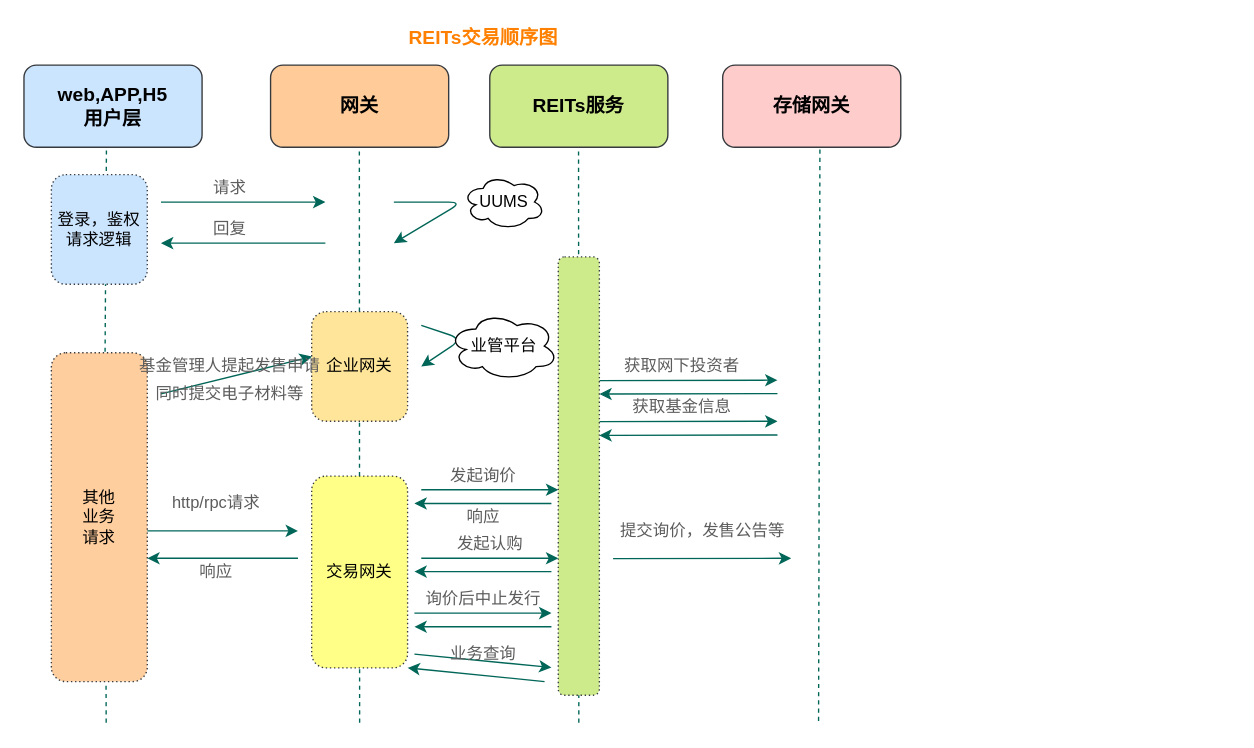
lppgo/001UML keeps this draw.io diagram as page "交易时序图" (5 of 5) of REITs_UML.drawio. Above is the earlier version. Source tidied: cells renumbered, new cells numbered last; positions are measured from the earlier drawing's top-left corner, leaving out a move shared by most shapes. Both pictures are drawn from the tidied source at 137%, with x=0, y=0 at pixel (23, 23).
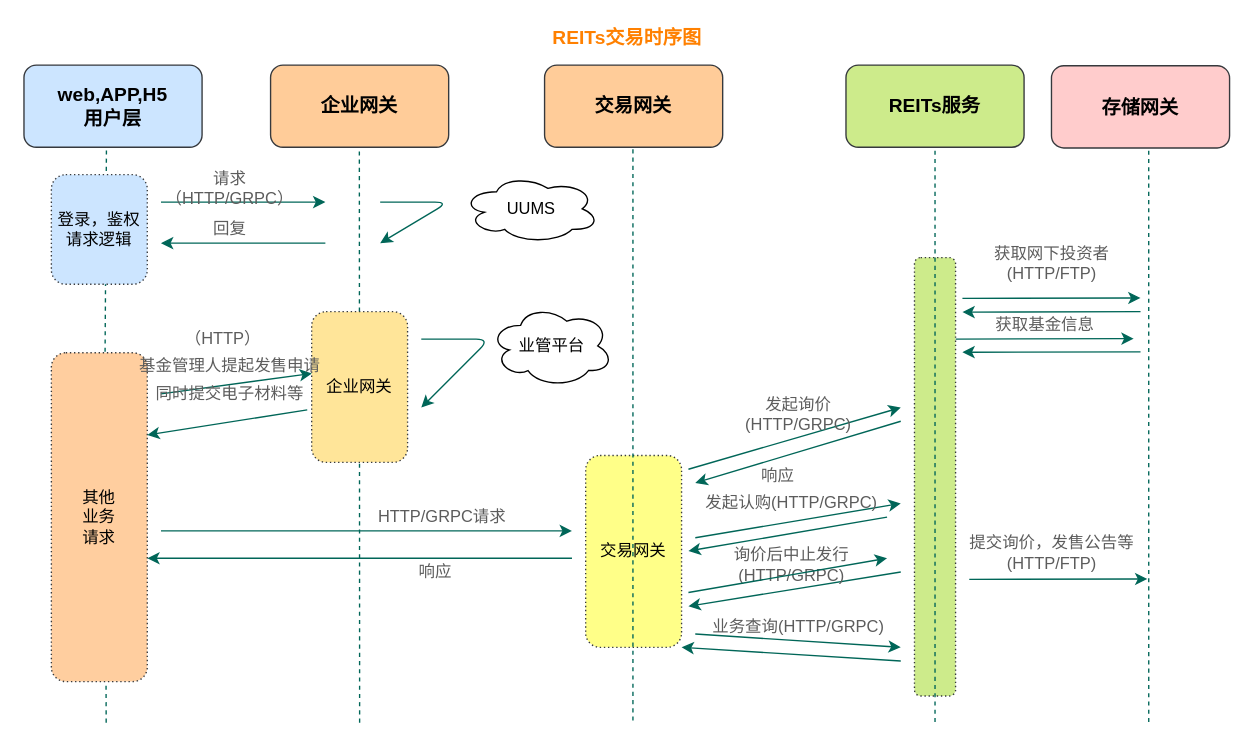
Above is the later version.

The change refers to these unchanged cells:
```xml
<mxCell id="23" value="同时提交电子材料等" style="text;html=1;align=center;verticalAlign=middle;points=[];fillColor=none;strokeColor=none;rounded=0;dashed=1;dashPattern=1 2;sketch=0;fontColor=#5C5C5C;" parent="1" vertex="1">
  <mxGeometry x="90" y="260" width="120" height="20" as="geometry" />
</mxCell>
```

What changed in the source:
```diff
@@
-    <mxCell id="4" value="&lt;font style=&quot;font-size: 14px&quot; color=&quot;#ff8000&quot;&gt;&lt;b&gt;REITs交易顺序图&lt;/b&gt;&lt;/font&gt;" style="text;html=1;align=center;verticalAlign=middle;fillColor=none;strokeColor=none;rounded=0;dashed=1;dashPattern=1 2;sketch=0;fontColor=#5C5C5C;" parent="1" vertex="1">
-      <mxGeometry x="275" width="120" height="20" as="geometry" />
+    <mxCell id="4" value="&lt;font style=&quot;font-size: 14px&quot; color=&quot;#ff8000&quot;&gt;&lt;b&gt;REITs交易时序图&lt;/b&gt;&lt;/font&gt;" style="text;html=1;align=center;verticalAlign=middle;fillColor=none;strokeColor=none;rounded=0;dashed=1;dashPattern=1 2;sketch=0;fontColor=#5C5C5C;" parent="1" vertex="1">
+      <mxGeometry x="380" width="120" height="20" as="geometry" />
     </mxCell>
-    <mxCell id="5" value="&lt;span style=&quot;font-size: 14px&quot;&gt;&lt;b&gt;网关&lt;/b&gt;&lt;/span&gt;" style="rounded=1;whiteSpace=wrap;html=1;fillColor=#ffcc99;strokeColor=#36393d;" parent="1" vertex="1">
+    <mxCell id="5" value="&lt;span style=&quot;font-size: 14px&quot;&gt;&lt;b&gt;企业网关&lt;/b&gt;&lt;/span&gt;" style="rounded=1;whiteSpace=wrap;html=1;fillColor=#ffcc99;strokeColor=#36393d;" parent="1" vertex="1">
       <mxGeometry x="180" y="30" width="130" height="60" as="geometry" />
     </mxCell>
     <mxCell id="6" value="&lt;span style=&quot;font-size: 14px&quot;&gt;&lt;b&gt;REITs服务&lt;/b&gt;&lt;/span&gt;" style="rounded=1;whiteSpace=wrap;html=1;fillColor=#cdeb8b;strokeColor=#36393d;" parent="1" vertex="1">
-      <mxGeometry x="340" y="30" width="130" height="60" as="geometry" />
+      <mxGeometry x="600" y="30" width="130" height="60" as="geometry" />
     </mxCell>
     <mxCell id="7" value="&lt;span style=&quot;font-size: 14px&quot;&gt;&lt;b&gt;存储网关&lt;/b&gt;&lt;/span&gt;" style="rounded=1;whiteSpace=wrap;html=1;fillColor=#ffcccc;strokeColor=#36393d;" parent="1" vertex="1">
-      <mxGeometry x="510" y="30" width="130" height="60" as="geometry" />
+      <mxGeometry x="750" y="30.5" width="130" height="60" as="geometry" />
     </mxCell>
@@
-    <mxCell id="9" style="endArrow=none;dashed=1;html=1;strokeColor=#006658;fillColor=#21C0A5;fontColor=#5C5C5C;entryX=0.463;entryY=1.021;entryDx=0;entryDy=0;entryPerimeter=0;fontStyle=1;" parent="1" edge="1">
-      <mxGeometry relative="1" as="geometry">
-        <mxPoint x="405" y="510" as="sourcePoint" />
-        <mxPoint x="404.8" y="90" as="targetPoint" />
-      </mxGeometry>
-    </mxCell>
     <mxCell id="10" style="endArrow=none;dashed=1;html=1;strokeColor=#006658;fillColor=#21C0A5;fontColor=#5C5C5C;entryX=0.546;entryY=1.008;entryDx=0;entryDy=0;fontStyle=1;entryPerimeter=0;" parent="1" edge="1" target="7">
       <mxGeometry relative="1" as="geometry">
-        <mxPoint x="580" y="508.7" as="sourcePoint" />
+        <mxPoint x="821" y="509.5" as="sourcePoint" />
       </mxGeometry>
     </mxCell>
@@
     <mxCell id="12" style="endArrow=classic;html=1;strokeColor=#006658;fillColor=#21C0A5;fontColor=#5C5C5C;" parent="1" edge="1">
       <mxGeometry relative="1" as="geometry">
-        <mxPoint x="270" y="130" as="sourcePoint" />
-        <mxPoint x="270" y="160" as="targetPoint" />
+        <mxPoint x="260" y="130" as="sourcePoint" />
+        <mxPoint x="260" y="160" as="targetPoint" />
         <Array as="points">
-          <mxPoint x="320" y="130" />
+          <mxPoint x="310" y="130" />
         </Array>
       </mxGeometry>
     </mxCell>
     <mxCell id="13" value="UUMS" style="shape=cloud;html=1;" parent="12" vertex="1">
-      <mxGeometry width="60" height="40" relative="1" as="geometry">
-        <mxPoint x="3.6" y="-22.1" as="offset" />
+      <mxGeometry width="100" height="50" relative="1" as="geometry">
+        <mxPoint x="13.4" y="-22.1" as="offset" />
       </mxGeometry>
     </mxCell>
@@
-    <mxCell id="15" value="请求" style="text;html=1;align=center;verticalAlign=middle;fillColor=none;strokeColor=none;rounded=0;dashed=1;dashPattern=1 2;sketch=0;fontColor=#5C5C5C;" parent="1" vertex="1">
-      <mxGeometry x="130" y="110" width="40" height="20" as="geometry" />
+    <mxCell id="15" value="请求&lt;br&gt;（HTTP/GRPC）" style="text;html=1;align=center;verticalAlign=middle;fillColor=none;strokeColor=none;rounded=0;dashed=1;dashPattern=1 2;sketch=0;fontColor=#5C5C5C;" parent="1" vertex="1">
+      <mxGeometry x="95" y="105" width="110" height="30" as="geometry" />
     </mxCell>
@@
     <mxCell id="21" value="企业网关" style="rounded=1;whiteSpace=wrap;html=1;dashed=1;dashPattern=1 2;sketch=0;strokeColor=#36393d;fillColor=#FFE599;" parent="1" vertex="1">
-      <mxGeometry x="210" y="210" width="70" height="80" as="geometry" />
+      <mxGeometry x="210" y="210" width="70" height="110" as="geometry" />
     </mxCell>
@@
     <mxCell id="24" style="endArrow=classic;html=1;strokeColor=#006658;fillColor=#21C0A5;fontColor=#5C5C5C;" parent="1" edge="1">
       <mxGeometry relative="1" as="geometry">
-        <mxPoint x="290" y="220" as="sourcePoint" />
-        <mxPoint x="290" y="250" as="targetPoint" />
+        <mxPoint x="290" y="230" as="sourcePoint" />
+        <mxPoint x="290" y="280" as="targetPoint" />
         <Array as="points">
-          <mxPoint x="320" y="230" />
+          <mxPoint x="340" y="230" />
         </Array>
       </mxGeometry>
     </mxCell>
     <mxCell id="25" value="业管平台" style="shape=cloud;html=1;" parent="24" vertex="1">
-      <mxGeometry width="80" height="50" relative="1" as="geometry">
-        <mxPoint x="-8.2" y="-21.2" as="offset" />
+      <mxGeometry width="90" height="60" relative="1" as="geometry">
+        <mxPoint x="7.1" y="-32.1" as="offset" />
       </mxGeometry>
     </mxCell>
     <mxCell id="26" value="交易网关" style="rounded=1;whiteSpace=wrap;html=1;dashed=1;dashPattern=1 2;sketch=0;strokeColor=#36393d;fillColor=#ffff88;" parent="1" vertex="1">
-      <mxGeometry x="210" y="330" width="70" height="140" as="geometry" />
+      <mxGeometry x="410" y="315" width="70" height="140" as="geometry" />
     </mxCell>
     <mxCell id="27" style="endArrow=classic;html=1;strokeColor=#006658;fillColor=#21C0A5;fontColor=#5C5C5C;" parent="1" edge="1">
       <mxGeometry relative="1" as="geometry">
-        <mxPoint x="90" y="370" as="sourcePoint" />
-        <mxPoint x="200" y="370" as="targetPoint" />
+        <mxPoint x="100" y="370" as="sourcePoint" />
+        <mxPoint x="400" y="370" as="targetPoint" />
       </mxGeometry>
     </mxCell>
-    <mxCell id="28" value="http/rpc请求" style="text;html=1;align=center;verticalAlign=middle;fillColor=none;strokeColor=none;rounded=0;dashed=1;dashPattern=1 2;sketch=0;fontColor=#5C5C5C;" parent="1" vertex="1">
-      <mxGeometry x="100" y="340" width="80" height="20" as="geometry" />
+    <mxCell id="28" value="HTTP/GRPC请求" style="text;html=1;align=center;verticalAlign=middle;fillColor=none;strokeColor=none;rounded=0;dashed=1;dashPattern=1 2;sketch=0;fontColor=#5C5C5C;" parent="1" vertex="1">
+      <mxGeometry x="250" y="350" width="110" height="20" as="geometry" />
     </mxCell>
     <mxCell id="29" style="endArrow=classic;html=1;strokeColor=#006658;fillColor=#21C0A5;fontColor=#5C5C5C;" parent="1" edge="1">
       <mxGeometry relative="1" as="geometry">
-        <mxPoint x="200" y="390" as="sourcePoint" />
+        <mxPoint x="400" y="390" as="sourcePoint" />
         <mxPoint x="90" y="390" as="targetPoint" />
       </mxGeometry>
     </mxCell>
     <mxCell id="30" style="endArrow=classic;html=1;strokeColor=#006658;fillColor=#21C0A5;fontColor=#5C5C5C;" parent="1" edge="1">
       <mxGeometry relative="1" as="geometry">
-        <mxPoint x="290" y="340" as="sourcePoint" />
-        <mxPoint x="390" y="340" as="targetPoint" />
+        <mxPoint x="485" y="325" as="sourcePoint" />
+        <mxPoint x="640" y="280" as="targetPoint" />
       </mxGeometry>
     </mxCell>
-    <mxCell id="31" value="发起询价" style="text;html=1;align=center;verticalAlign=middle;fillColor=none;strokeColor=none;rounded=0;dashed=1;dashPattern=1 2;sketch=0;fontColor=#5C5C5C;" parent="1" vertex="1">
-      <mxGeometry x="305" y="320" width="60" height="20" as="geometry" />
+    <mxCell id="31" value="发起询价&lt;br&gt;(HTTP/GRPC)" style="text;html=1;align=center;verticalAlign=middle;fillColor=none;strokeColor=none;rounded=0;dashed=1;dashPattern=1 2;sketch=0;fontColor=#5C5C5C;" parent="1" vertex="1">
+      <mxGeometry x="520" y="270" width="90" height="30" as="geometry" />
     </mxCell>
     <mxCell id="32" style="endArrow=classic;html=1;strokeColor=#006658;fillColor=#21C0A5;fontColor=#5C5C5C;" parent="1" edge="1">
       <mxGeometry relative="1" as="geometry">
-        <mxPoint x="420" y="260.3" as="sourcePoint" />
-        <mxPoint x="550" y="260" as="targetPoint" />
+        <mxPoint x="685" y="200.3" as="sourcePoint" />
+        <mxPoint x="815" y="200" as="targetPoint" />
       </mxGeometry>
     </mxCell>
-    <mxCell id="33" value="获取网下投资者" style="text;html=1;align=center;verticalAlign=middle;fillColor=none;strokeColor=none;rounded=0;dashed=1;dashPattern=1 2;sketch=0;fontColor=#5C5C5C;" parent="1" vertex="1">
-      <mxGeometry x="430" y="240" width="100" height="20" as="geometry" />
+    <mxCell id="33" value="获取网下投资者&lt;br&gt;(HTTP/FTP)" style="text;html=1;align=center;verticalAlign=middle;fillColor=none;strokeColor=none;rounded=0;dashed=1;dashPattern=1 2;sketch=0;fontColor=#5C5C5C;" parent="1" vertex="1">
+      <mxGeometry x="700" y="160" width="100" height="30" as="geometry" />
     </mxCell>
     <mxCell id="34" style="endArrow=classic;html=1;strokeColor=#006658;fillColor=#21C0A5;fontColor=#5C5C5C;" parent="1" edge="1">
       <mxGeometry relative="1" as="geometry">
-        <mxPoint x="550" y="269.8" as="sourcePoint" />
-        <mxPoint x="420" y="270.1" as="targetPoint" />
+        <mxPoint x="815" y="210" as="sourcePoint" />
+        <mxPoint x="685" y="210.3" as="targetPoint" />
       </mxGeometry>
     </mxCell>
     <mxCell id="35" value="获取基金信息" style="text;html=1;align=center;verticalAlign=middle;fillColor=none;strokeColor=none;rounded=0;dashed=1;dashPattern=1 2;sketch=0;fontColor=#5C5C5C;" parent="1" vertex="1">
-      <mxGeometry x="435" y="270" width="90" height="20" as="geometry" />
+      <mxGeometry x="700" y="210" width="90" height="20" as="geometry" />
     </mxCell>
     <mxCell id="36" style="endArrow=classic;html=1;strokeColor=#006658;fillColor=#21C0A5;fontColor=#5C5C5C;" parent="1" edge="1">
       <mxGeometry relative="1" as="geometry">
-        <mxPoint x="550" y="300" as="sourcePoint" />
-        <mxPoint x="420" y="300.3" as="targetPoint" />
+        <mxPoint x="815" y="239.3" as="sourcePoint" />
+        <mxPoint x="685" y="239.6" as="targetPoint" />
       </mxGeometry>
     </mxCell>
     <mxCell id="37" style="endArrow=classic;html=1;strokeColor=#006658;fillColor=#21C0A5;fontColor=#5C5C5C;" parent="1" edge="1">
       <mxGeometry relative="1" as="geometry">
-        <mxPoint x="420" y="290.3" as="sourcePoint" />
-        <mxPoint x="550" y="290" as="targetPoint" />
+        <mxPoint x="680" y="230" as="sourcePoint" />
+        <mxPoint x="810" y="229.7" as="targetPoint" />
       </mxGeometry>
     </mxCell>
-    <mxCell id="38" style="rounded=1;whiteSpace=wrap;html=1;dashed=1;dashPattern=1 2;sketch=0;strokeColor=#36393d;fillColor=#cdeb8b;" parent="1" vertex="1">
-      <mxGeometry x="390" y="170" width="30" height="320" as="geometry" />
-    </mxCell>
-    <mxCell id="39" style="endArrow=classic;html=1;strokeColor=#006658;fillColor=#21C0A5;fontColor=#5C5C5C;" parent="1" edge="1">
-      <mxGeometry relative="1" as="geometry">
-        <mxPoint x="385" y="350" as="sourcePoint" />
-        <mxPoint x="285" y="350" as="targetPoint" />
-        <Array as="points">
-          <mxPoint x="315" y="350" />
-        </Array>
-      </mxGeometry>
-    </mxCell>
     <mxCell id="40" value="响应" style="text;html=1;align=center;verticalAlign=middle;fillColor=none;strokeColor=none;rounded=0;dashed=1;dashPattern=1 2;sketch=0;fontColor=#5C5C5C;" parent="1" vertex="1">
-      <mxGeometry x="315" y="350" width="40" height="20" as="geometry" />
+      <mxGeometry x="530" y="320" width="40" height="20" as="geometry" />
     </mxCell>
     <mxCell id="41" value="响应" style="text;html=1;align=center;verticalAlign=middle;fillColor=none;strokeColor=none;rounded=0;dashed=1;dashPattern=1 2;sketch=0;fontColor=#5C5C5C;" parent="1" vertex="1">
-      <mxGeometry x="120" y="390" width="40" height="20" as="geometry" />
+      <mxGeometry x="280" y="390" width="40" height="20" as="geometry" />
     </mxCell>
     <mxCell id="42" style="endArrow=classic;html=1;strokeColor=#006658;fillColor=#21C0A5;fontColor=#5C5C5C;" parent="1" edge="1">
       <mxGeometry relative="1" as="geometry">
-        <mxPoint x="290" y="390" as="sourcePoint" />
-        <mxPoint x="390" y="390" as="targetPoint" />
+        <mxPoint x="490" y="375" as="sourcePoint" />
+        <mxPoint x="640" y="350" as="targetPoint" />
       </mxGeometry>
     </mxCell>
     <mxCell id="43" style="endArrow=classic;html=1;strokeColor=#006658;fillColor=#21C0A5;fontColor=#5C5C5C;" parent="1" edge="1">
       <mxGeometry relative="1" as="geometry">
-        <mxPoint x="385" y="399.7" as="sourcePoint" />
-        <mxPoint x="285" y="399.7" as="targetPoint" />
+        <mxPoint x="630" y="360" as="sourcePoint" />
+        <mxPoint x="485" y="384.7" as="targetPoint" />
       </mxGeometry>
     </mxCell>
-    <mxCell id="44" value="发起认购" style="text;html=1;align=center;verticalAlign=middle;fillColor=none;strokeColor=none;rounded=0;dashed=1;dashPattern=1 2;sketch=0;fontColor=#5C5C5C;" parent="1" vertex="1">
-      <mxGeometry x="310" y="370" width="60" height="20" as="geometry" />
+    <mxCell id="44" value="发起认购(HTTP/GRPC)" style="text;html=1;align=center;verticalAlign=middle;fillColor=none;strokeColor=none;rounded=0;dashed=1;dashPattern=1 2;sketch=0;fontColor=#5C5C5C;" parent="1" vertex="1">
+      <mxGeometry x="490" y="340" width="140" height="20" as="geometry" />
     </mxCell>
     <mxCell id="45" style="endArrow=classic;html=1;strokeColor=#006658;fillColor=#21C0A5;fontColor=#5C5C5C;" parent="1" edge="1">
       <mxGeometry relative="1" as="geometry">
-        <mxPoint x="285" y="430" as="sourcePoint" />
-        <mxPoint x="385" y="430" as="targetPoint" />
+        <mxPoint x="625" y="415.5" as="sourcePoint" />
+        <mxPoint x="625" y="415.5" as="targetPoint" />
       </mxGeometry>
     </mxCell>
     <mxCell id="46" style="endArrow=classic;html=1;strokeColor=#006658;fillColor=#21C0A5;fontColor=#5C5C5C;" parent="1" edge="1">
       <mxGeometry relative="1" as="geometry">
-        <mxPoint x="385" y="440" as="sourcePoint" />
-        <mxPoint x="285" y="440" as="targetPoint" />
+        <mxPoint x="640" y="400" as="sourcePoint" />
+        <mxPoint x="485" y="425" as="targetPoint" />
       </mxGeometry>
     </mxCell>
-    <mxCell id="47" value="询价后中止发行" style="text;html=1;align=center;verticalAlign=middle;fillColor=none;strokeColor=none;rounded=0;dashed=1;dashPattern=1 2;sketch=0;fontColor=#5C5C5C;" parent="1" vertex="1">
-      <mxGeometry x="285" y="410" width="100" height="20" as="geometry" />
-    </mxCell>
     <mxCell id="48" style="endArrow=classic;html=1;strokeColor=#006658;fillColor=#21C0A5;fontColor=#5C5C5C;" parent="1" edge="1">
       <mxGeometry relative="1" as="geometry">
-        <mxPoint x="430" y="390.3" as="sourcePoint" />
-        <mxPoint x="560" y="390" as="targetPoint" />
+        <mxPoint x="690" y="405.4" as="sourcePoint" />
+        <mxPoint x="820" y="405.1" as="targetPoint" />
       </mxGeometry>
     </mxCell>
-    <mxCell id="49" value="提交询价，发售公告等" style="text;html=1;align=center;verticalAlign=middle;fillColor=none;strokeColor=none;rounded=0;dashed=1;dashPattern=1 2;sketch=0;fontColor=#5C5C5C;" parent="1" vertex="1">
-      <mxGeometry x="425" y="360" width="140" height="20" as="geometry" />
+    <mxCell id="49" value="提交询价，发售公告等&lt;br&gt;(HTTP/FTP)" style="text;html=1;align=center;verticalAlign=middle;fillColor=none;strokeColor=none;rounded=0;dashed=1;dashPattern=1 2;sketch=0;fontColor=#5C5C5C;" parent="1" vertex="1">
+      <mxGeometry x="680" y="370.5" width="140" height="30" as="geometry" />
     </mxCell>
     <mxCell id="50" style="endArrow=classic;html=1;strokeColor=#006658;fillColor=#21C0A5;fontColor=#5C5C5C;" parent="1" edge="1">
       <mxGeometry relative="1" as="geometry">
-        <mxPoint x="285" y="460" as="sourcePoint" />
-        <mxPoint x="385" y="469.7" as="targetPoint" />
+        <mxPoint x="490" y="445.3" as="sourcePoint" />
+        <mxPoint x="640" y="455" as="targetPoint" />
       </mxGeometry>
     </mxCell>
     <mxCell id="51" style="endArrow=classic;html=1;strokeColor=#006658;fillColor=#21C0A5;fontColor=#5C5C5C;entryX=1;entryY=1;entryDx=0;entryDy=0;" parent="1" edge="1" target="26">
       <mxGeometry relative="1" as="geometry">
-        <mxPoint x="380" y="480" as="sourcePoint" />
+        <mxPoint x="640" y="465" as="sourcePoint" />
       </mxGeometry>
     </mxCell>
-    <mxCell id="52" value="业务查询" style="text;html=1;align=center;verticalAlign=middle;fillColor=none;strokeColor=none;rounded=0;dashed=1;dashPattern=1 2;sketch=0;fontColor=#5C5C5C;" parent="1" vertex="1">
-      <mxGeometry x="305" y="450" width="60" height="20" as="geometry" />
+    <mxCell id="52" value="业务查询(HTTP/GRPC)" style="text;html=1;align=center;verticalAlign=middle;fillColor=none;strokeColor=none;rounded=0;dashed=1;dashPattern=1 2;sketch=0;fontColor=#5C5C5C;" parent="1" vertex="1">
+      <mxGeometry x="495" y="430" width="140" height="20" as="geometry" />
     </mxCell>
+    <mxCell id="53" style="endArrow=classic;html=1;strokeColor=#006658;fillColor=#21C0A5;fontColor=#5C5C5C;exitX=0.973;exitY=1.083;exitDx=0;exitDy=0;exitPerimeter=0;" parent="1" edge="1" source="23">
+      <mxGeometry relative="1" as="geometry">
+        <mxPoint x="90" y="300" as="targetPoint" />
+      </mxGeometry>
+    </mxCell>
+    <mxCell id="38" style="rounded=1;whiteSpace=wrap;html=1;dashed=1;dashPattern=1 2;sketch=0;strokeColor=#36393d;fillColor=#cdeb8b;" parent="1" vertex="1">
+      <mxGeometry x="650" y="170.5" width="30" height="320" as="geometry" />
+    </mxCell>
+    <mxCell id="54" style="endArrow=none;dashed=1;html=1;strokeColor=#006658;fillColor=#21C0A5;fontColor=#5C5C5C;fontStyle=1;entryX=0.5;entryY=1;entryDx=0;entryDy=0;" parent="1" edge="1" target="6">
+      <mxGeometry relative="1" as="geometry">
+        <mxPoint x="665" y="509.5" as="sourcePoint" />
+      </mxGeometry>
+    </mxCell>
+    <mxCell id="47" value="询价后中止发行&lt;br&gt;(HTTP/GRPC)" style="text;html=1;align=center;verticalAlign=middle;fillColor=none;strokeColor=none;rounded=0;dashed=1;dashPattern=1 2;sketch=0;fontColor=#5C5C5C;" parent="1" vertex="1">
+      <mxGeometry x="510" y="380" width="100" height="30" as="geometry" />
+    </mxCell>
+    <mxCell id="55" style="endArrow=classic;html=1;strokeColor=#006658;fillColor=#21C0A5;fontColor=#5C5C5C;" parent="1" edge="1">
+      <mxGeometry relative="1" as="geometry">
+        <mxPoint x="485" y="415" as="sourcePoint" />
+        <mxPoint x="630" y="390" as="targetPoint" />
+      </mxGeometry>
+    </mxCell>
+    <mxCell id="56" style="endArrow=none;dashed=1;html=1;strokeColor=#006658;fillColor=#21C0A5;fontColor=#5C5C5C;entryX=0.546;entryY=1.008;entryDx=0;entryDy=0;fontStyle=1;entryPerimeter=0;" parent="1" edge="1">
+      <mxGeometry relative="1" as="geometry">
+        <mxPoint x="444.5" y="508.5" as="sourcePoint" />
+        <mxPoint x="444.5" y="90" as="targetPoint" />
+      </mxGeometry>
+    </mxCell>
+    <mxCell id="57" value="（HTTP）" style="text;html=1;align=center;verticalAlign=middle;fillColor=none;strokeColor=none;rounded=0;dashed=1;dashPattern=1 2;sketch=0;fontColor=#5C5C5C;" parent="1" vertex="1">
+      <mxGeometry x="110" y="220" width="70" height="20" as="geometry" />
+    </mxCell>
+    <mxCell id="58" style="endArrow=classic;html=1;strokeColor=#006658;fillColor=#21C0A5;fontColor=#5C5C5C;" parent="1" edge="1">
+      <mxGeometry relative="1" as="geometry">
+        <mxPoint x="640" y="290" as="sourcePoint" />
+        <mxPoint x="490" y="335" as="targetPoint" />
+      </mxGeometry>
+    </mxCell>
+    <mxCell id="59" value="&lt;span style=&quot;font-size: 14px&quot;&gt;&lt;b&gt;交易网关&lt;/b&gt;&lt;/span&gt;" style="rounded=1;whiteSpace=wrap;html=1;fillColor=#ffcc99;strokeColor=#36393d;" parent="1" vertex="1">
+      <mxGeometry x="380" y="30" width="130" height="60" as="geometry" />
+    </mxCell>
```
